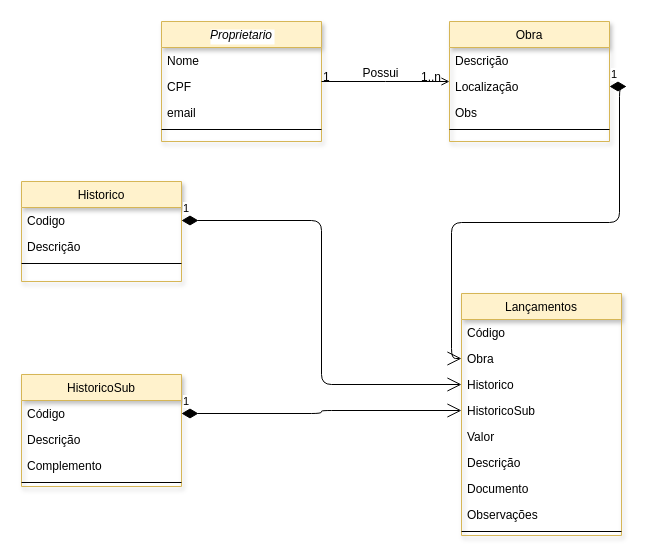
Earlier version of the draw.io diagram GESTAO_OBRAS.drawio (marcoswagner-commits/aula_daw). Source tidied: cells renumbered, new cells numbered last; positions are measured from the earlier drawing's top-left corner, leaving out a move shared by most shapes. Both pictures are drawn from the tidied source at 100%, with x=0, y=0 at pixel (21, 21).
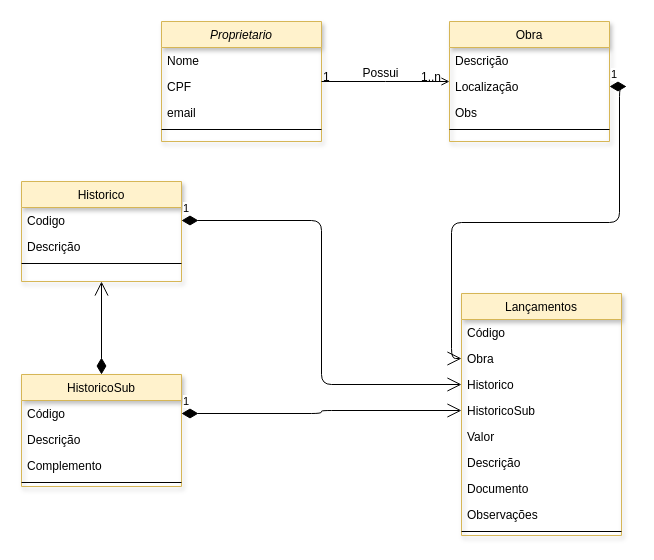
After the change.

Unchanged cells that the change refers to:
```xml
<mxCell id="7" value="Historico" style="swimlane;fontStyle=0;align=center;verticalAlign=top;horizontal=1;startSize=26;rounded=0;shadow=1;strokeWidth=1;fillColor=#fff2cc;strokeColor=#d6b656;" parent="1" vertex="1">
  <mxGeometry y="160" width="160" height="100" as="geometry" />
</mxCell>
<mxCell id="11" value="HistoricoSub" style="swimlane;fontStyle=0;align=center;verticalAlign=top;horizontal=1;startSize=26;rounded=0;shadow=1;strokeWidth=1;fillColor=#fff2cc;strokeColor=#d6b656;" parent="1" vertex="1">
  <mxGeometry y="353" width="160" height="112" as="geometry" />
</mxCell>
```

Diff of the diagram source:
```diff
@@
-    <mxCell id="2" value="Proprietario" style="swimlane;fontStyle=2;align=center;verticalAlign=top;horizontal=1;startSize=26;rounded=0;shadow=1;strokeWidth=1;labelBackgroundColor=#ffffff;fillColor=#fff2cc;strokeColor=#d6b656;" parent="1" vertex="1">
+    <mxCell id="2" value="Proprietario" style="swimlane;fontStyle=2;align=center;verticalAlign=top;horizontal=1;startSize=26;rounded=0;shadow=1;strokeWidth=1;labelBackgroundColor=none;fillColor=#fff2cc;strokeColor=#d6b656;" parent="1" vertex="1">
       <mxGeometry x="140" width="160" height="120" as="geometry" />
     </mxCell>
@@
+    <mxCell id="38" style="endArrow=open;html=1;endSize=12;startArrow=diamondThin;startSize=14;startFill=1;edgeStyle=orthogonalEdgeStyle;align=left;verticalAlign=bottom;entryX=0.5;entryY=1;entryDx=0;entryDy=0;" parent="1" edge="1" source="11" target="7">
+      <mxGeometry x="-1" y="3" relative="1" as="geometry" />
+    </mxCell>
```
